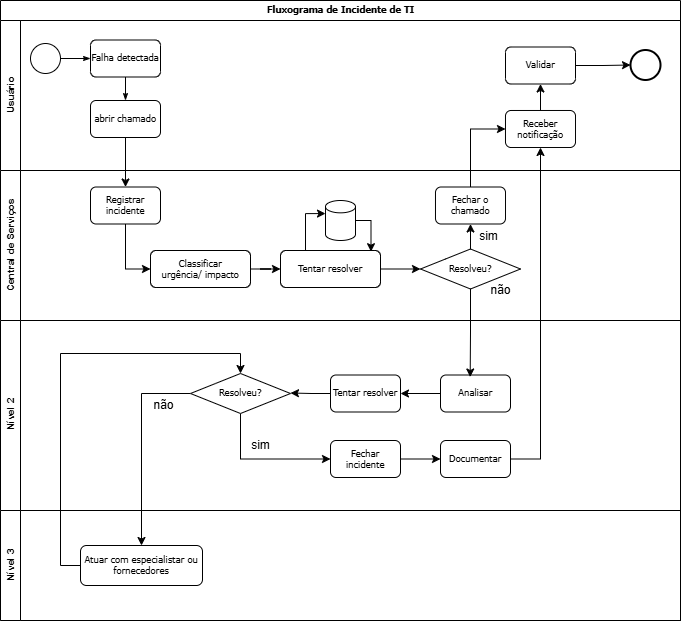
Before: Sprint3/Documentação/TI/Fluxogramas/fluxograma-incidente.drawio.png, a diagram exported from draw.io (Jv-Torelli/safe_Gas). Source tidied: cells renumbered, new cells last; positions are measured from the earlier drawing's top-left corner, leaving out a move shared by most shapes.
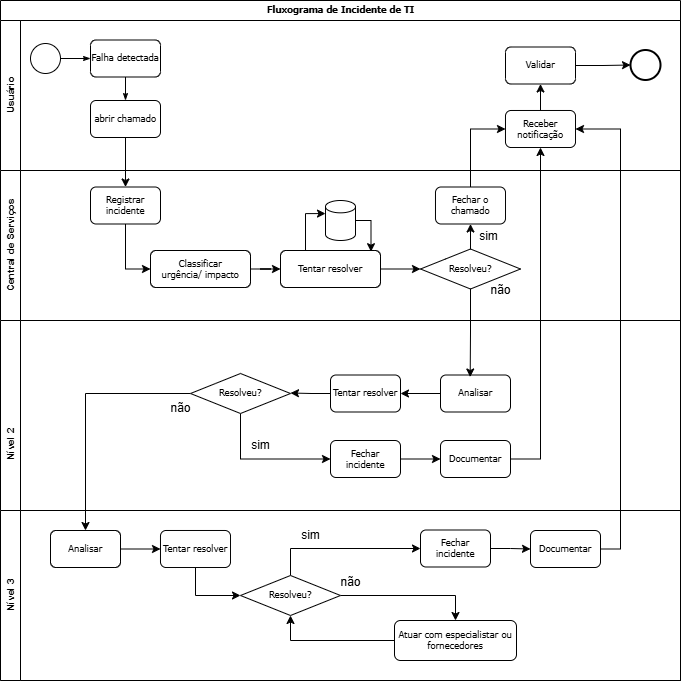
The same diagram one commit later.

Change to the diagram source:
```diff
@@ -3,7 +3,7 @@
     <mxCell id="0" />
     <mxCell id="1" parent="0" />
     <mxCell id="2" value="&lt;font style=&quot;font-size: 8.5px;&quot;&gt;Fluxograma de Incidente de TI&lt;/font&gt;" style="swimlane;html=1;horizontal=1;startSize=20;rounded=0;shadow=0;labelBackgroundColor=none;strokeWidth=1;fontFamily=Verdana;fontSize=8;align=center;" parent="1" vertex="1">
-      <mxGeometry width="680" height="620" as="geometry" />
+      <mxGeometry width="680" height="680" as="geometry" />
     </mxCell>
     <mxCell id="3" value="&lt;font style=&quot;font-size: 10px;&quot;&gt;Usuário&lt;/font&gt;" style="swimlane;html=1;startSize=20;horizontal=0;" parent="2" vertex="1">
       <mxGeometry y="20" width="680" height="150" as="geometry" />
@@ -84,7 +84,7 @@
       <mxGeometry x="480" y="105" width="40" height="30" as="geometry" />
     </mxCell>
     <mxCell id="29" value="&lt;font style=&quot;font-size: 10px;&quot;&gt;&lt;span style=&quot;white-space: pre;&quot;&gt;&#9;&lt;/span&gt;&lt;span style=&quot;white-space: pre;&quot;&gt;&#9;&lt;/span&gt;&lt;span style=&quot;white-space: pre;&quot;&gt;&#9;&lt;span style=&quot;white-space: pre;&quot;&gt;&#9;&lt;span style=&quot;white-space: pre;&quot;&gt;&#9;&lt;/span&gt;&lt;/span&gt;Nível 2&lt;/span&gt;&lt;/font&gt;" style="swimlane;html=1;startSize=20;horizontal=0;" parent="2" vertex="1">
-      <mxGeometry y="320" width="680" height="300" as="geometry" />
+      <mxGeometry y="320" width="680" height="360" as="geometry" />
     </mxCell>
     <mxCell id="30" style="edgeStyle=orthogonalEdgeStyle;rounded=0;jettySize=auto;html=1;" parent="29" edge="1" source="31" target="33">
       <mxGeometry relative="1" as="geometry" />
@@ -103,18 +103,57 @@
     <mxCell id="34" style="edgeStyle=orthogonalEdgeStyle;rounded=0;jettySize=auto;html=1;exitX=0.5;exitY=1;exitDx=0;exitDy=0;entryX=0;entryY=0.5;entryDx=0;entryDy=0;" parent="29" edge="1" source="36" target="40">
       <mxGeometry relative="1" as="geometry" />
     </mxCell>
-    <mxCell id="35" style="edgeStyle=orthogonalEdgeStyle;rounded=0;jettySize=auto;html=1;exitX=0;exitY=0.5;exitDx=0;exitDy=0;" parent="29" edge="1" source="36" target="38">
+    <mxCell id="35" style="edgeStyle=orthogonalEdgeStyle;rounded=0;jettySize=auto;html=1;exitX=0;exitY=0.5;exitDx=0;exitDy=0;entryX=0.5;entryY=0;entryDx=0;entryDy=0;" parent="29" edge="1" source="36" target="51">
       <mxGeometry relative="1" as="geometry" />
     </mxCell>
     <mxCell id="36" value="&lt;font style=&quot;font-size: 8.5px;&quot;&gt;Resolveu?&lt;/font&gt;" style="rhombus;whiteSpace=wrap;html=1;fontSize=8;fontFamily=Verdana;rounded=1;shadow=0;labelBackgroundColor=none;strokeWidth=1;arcSize=0;" parent="29" vertex="1">
       <mxGeometry x="190" y="53" width="100" height="40" as="geometry" />
     </mxCell>
     <mxCell id="37" value="&lt;font style=&quot;font-size: 10px;&quot;&gt;Nível 3&lt;/font&gt;" style="swimlane;html=1;startSize=20;horizontal=0;" parent="29" vertex="1">
-      <mxGeometry y="190" width="680" height="110" as="geometry" />
+      <mxGeometry y="190" width="680" height="170" as="geometry" />
     </mxCell>
+    <mxCell id="49" style="edgeStyle=orthogonalEdgeStyle;rounded=0;jettySize=auto;html=1;exitX=0;exitY=0.5;exitDx=0;exitDy=0;entryX=0.5;entryY=1;entryDx=0;entryDy=0;" parent="37" edge="1" source="38" target="56">
+      <mxGeometry relative="1" as="geometry" />
+    </mxCell>
     <mxCell id="38" value="&lt;font style=&quot;font-size: 8.5px;&quot;&gt;Atuar com especialistar ou fornecedores&lt;/font&gt;" style="rounded=1;whiteSpace=wrap;html=1;shadow=0;labelBackgroundColor=none;strokeWidth=1;fontFamily=Verdana;fontSize=8;align=center;" parent="37" vertex="1">
-      <mxGeometry x="80" y="35" width="122" height="40" as="geometry" />
+      <mxGeometry x="394" y="110" width="122" height="40" as="geometry" />
     </mxCell>
+    <mxCell id="50" style="edgeStyle=orthogonalEdgeStyle;rounded=0;jettySize=auto;html=1;exitX=1;exitY=0.5;exitDx=0;exitDy=0;" parent="37" edge="1" source="51" target="53">
+      <mxGeometry relative="1" as="geometry" />
+    </mxCell>
+    <mxCell id="51" value="&lt;font style=&quot;font-size: 8.5px;&quot;&gt;Analisar&lt;/font&gt;" style="rounded=1;whiteSpace=wrap;html=1;shadow=0;labelBackgroundColor=none;strokeWidth=1;fontFamily=Verdana;fontSize=8;align=center;" parent="37" vertex="1">
+      <mxGeometry x="50" y="20" width="70" height="37" as="geometry" />
+    </mxCell>
+    <mxCell id="52" style="edgeStyle=orthogonalEdgeStyle;rounded=0;jettySize=auto;html=1;exitX=0.5;exitY=1;exitDx=0;exitDy=0;entryX=0;entryY=0.5;entryDx=0;entryDy=0;" parent="37" edge="1" source="53" target="56">
+      <mxGeometry relative="1" as="geometry" />
+    </mxCell>
+    <mxCell id="53" value="&lt;font style=&quot;font-size: 8.5px;&quot;&gt;Tentar resolver&lt;/font&gt;" style="rounded=1;whiteSpace=wrap;html=1;shadow=0;labelBackgroundColor=none;strokeWidth=1;fontFamily=Verdana;fontSize=8;align=center;" parent="37" vertex="1">
+      <mxGeometry x="160" y="20" width="70" height="37" as="geometry" />
+    </mxCell>
+    <mxCell id="54" style="edgeStyle=orthogonalEdgeStyle;rounded=0;jettySize=auto;html=1;exitX=1;exitY=0.5;exitDx=0;exitDy=0;entryX=0.5;entryY=0;entryDx=0;entryDy=0;" parent="37" edge="1" source="56" target="38">
+      <mxGeometry relative="1" as="geometry" />
+    </mxCell>
+    <mxCell id="55" style="edgeStyle=orthogonalEdgeStyle;rounded=0;jettySize=auto;html=1;entryX=0;entryY=0.5;entryDx=0;entryDy=0;exitX=0.5;exitY=0;exitDx=0;exitDy=0;" parent="37" edge="1" source="56" target="59">
+      <mxGeometry relative="1" as="geometry" />
+    </mxCell>
+    <mxCell id="56" value="&lt;font style=&quot;font-size: 8.5px;&quot;&gt;Resolveu?&lt;/font&gt;" style="rhombus;whiteSpace=wrap;html=1;fontSize=8;fontFamily=Verdana;rounded=1;shadow=0;labelBackgroundColor=none;strokeWidth=1;arcSize=0;" parent="37" vertex="1">
+      <mxGeometry x="240" y="65" width="100" height="40" as="geometry" />
+    </mxCell>
+    <mxCell id="57" value="não" style="text;html=1;align=center;verticalAlign=middle;strokeColor=none;fillColor=none;" parent="37" vertex="1">
+      <mxGeometry x="330" y="56.5" width="40" height="30" as="geometry" />
+    </mxCell>
+    <mxCell id="58" style="edgeStyle=orthogonalEdgeStyle;rounded=0;jettySize=auto;html=1;exitX=1;exitY=0.5;exitDx=0;exitDy=0;entryX=0;entryY=0.5;entryDx=0;entryDy=0;" parent="37" edge="1" source="59" target="60">
+      <mxGeometry relative="1" as="geometry" />
+    </mxCell>
+    <mxCell id="59" value="&lt;font style=&quot;font-size: 8.5px;&quot;&gt;Fechar incidente&lt;/font&gt;" style="rounded=1;whiteSpace=wrap;html=1;shadow=0;labelBackgroundColor=none;strokeWidth=1;fontFamily=Verdana;fontSize=8;align=center;" parent="37" vertex="1">
+      <mxGeometry x="420" y="19.5" width="70" height="37" as="geometry" />
+    </mxCell>
+    <mxCell id="60" value="&lt;font style=&quot;font-size: 8.5px;&quot;&gt;Documentar&lt;/font&gt;" style="rounded=1;whiteSpace=wrap;html=1;shadow=0;labelBackgroundColor=none;strokeWidth=1;fontFamily=Verdana;fontSize=8;align=center;" parent="37" vertex="1">
+      <mxGeometry x="530" y="20" width="70" height="37" as="geometry" />
+    </mxCell>
+    <mxCell id="61" value="sim" style="text;html=1;align=center;verticalAlign=middle;strokeColor=none;fillColor=none;" parent="37" vertex="1">
+      <mxGeometry x="290" y="10" width="40" height="30" as="geometry" />
+    </mxCell>
     <mxCell id="39" style="edgeStyle=orthogonalEdgeStyle;rounded=0;jettySize=auto;html=1;exitX=1;exitY=0.5;exitDx=0;exitDy=0;" parent="29" edge="1" source="40" target="42">
       <mxGeometry relative="1" as="geometry" />
     </mxCell>
@@ -128,11 +167,8 @@
       <mxGeometry x="440" y="120" width="70" height="37" as="geometry" />
     </mxCell>
     <mxCell id="43" value="não" style="text;html=1;align=center;verticalAlign=middle;strokeColor=none;fillColor=none;" parent="29" vertex="1">
-      <mxGeometry x="143" y="70" width="40" height="30" as="geometry" />
+      <mxGeometry x="160" y="73" width="40" height="30" as="geometry" />
     </mxCell>
-    <mxCell id="44" style="edgeStyle=orthogonalEdgeStyle;rounded=0;jettySize=auto;html=1;exitX=0;exitY=0.5;exitDx=0;exitDy=0;entryX=0.5;entryY=0;entryDx=0;entryDy=0;" parent="29" edge="1" source="38" target="36">
-      <mxGeometry relative="1" as="geometry" />
-    </mxCell>
     <mxCell id="45" style="edgeStyle=orthogonalEdgeStyle;rounded=0;jettySize=auto;html=1;entryX=0.5;entryY=0;entryDx=0;entryDy=0;" parent="2" edge="1" source="8" target="16">
       <mxGeometry relative="1" as="geometry" />
     </mxCell>
@@ -145,5 +181,8 @@
     <mxCell id="48" style="edgeStyle=orthogonalEdgeStyle;rounded=0;jettySize=auto;html=1;exitX=1;exitY=0.5;exitDx=0;exitDy=0;entryX=0.5;entryY=1;entryDx=0;entryDy=0;" parent="2" edge="1" source="42" target="11">
       <mxGeometry relative="1" as="geometry" />
     </mxCell>
+    <mxCell id="62" style="edgeStyle=orthogonalEdgeStyle;rounded=0;jettySize=auto;html=1;exitX=1;exitY=0.5;exitDx=0;exitDy=0;entryX=1;entryY=0.5;entryDx=0;entryDy=0;" parent="2" edge="1" source="60" target="11">
+      <mxGeometry relative="1" as="geometry" />
+    </mxCell>
   </root>
 </mxGraphModel>
```
